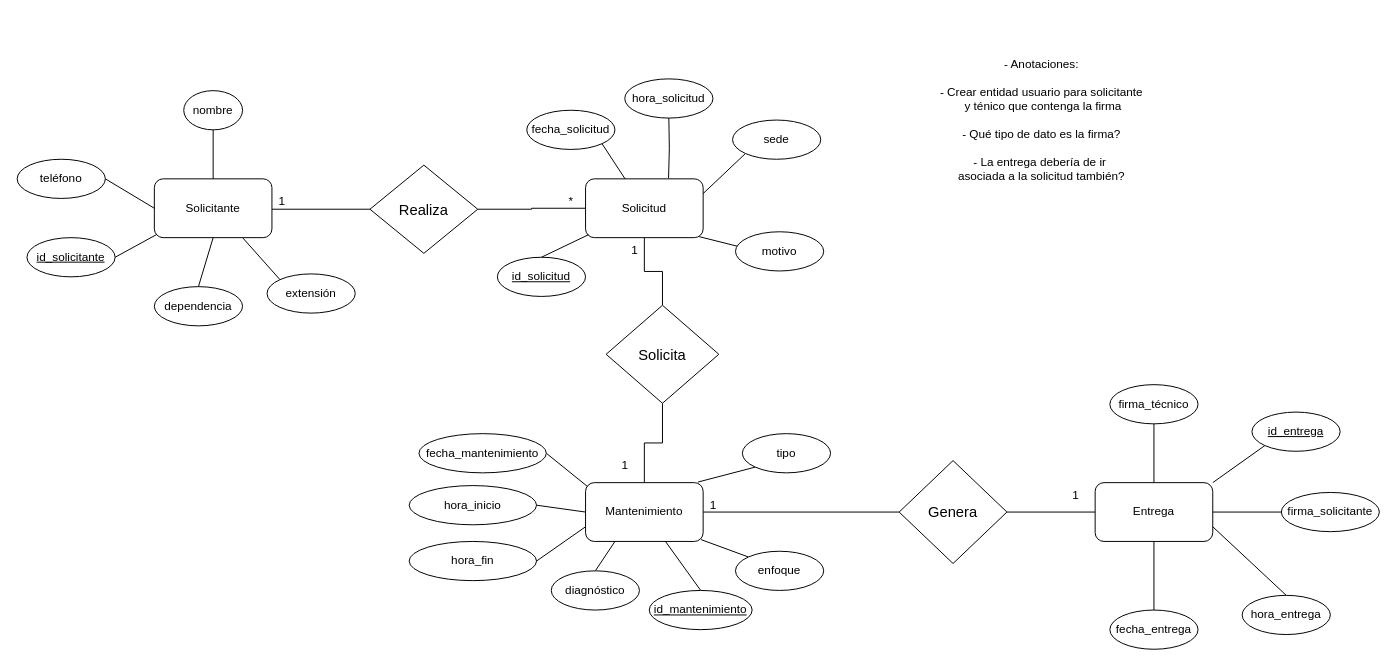
This is E-R Model Software and hardware maintenance.drawio from DevKike/maintenance_management_system, a draw.io file, before an edit. Source tidied: cells renumbered, new cells numbered last; positions are measured from the earlier drawing's top-left corner, leaving out a move shared by most shapes. Both pictures are drawn from the tidied source at 98%, with x=0, y=0 at pixel (17, 51).
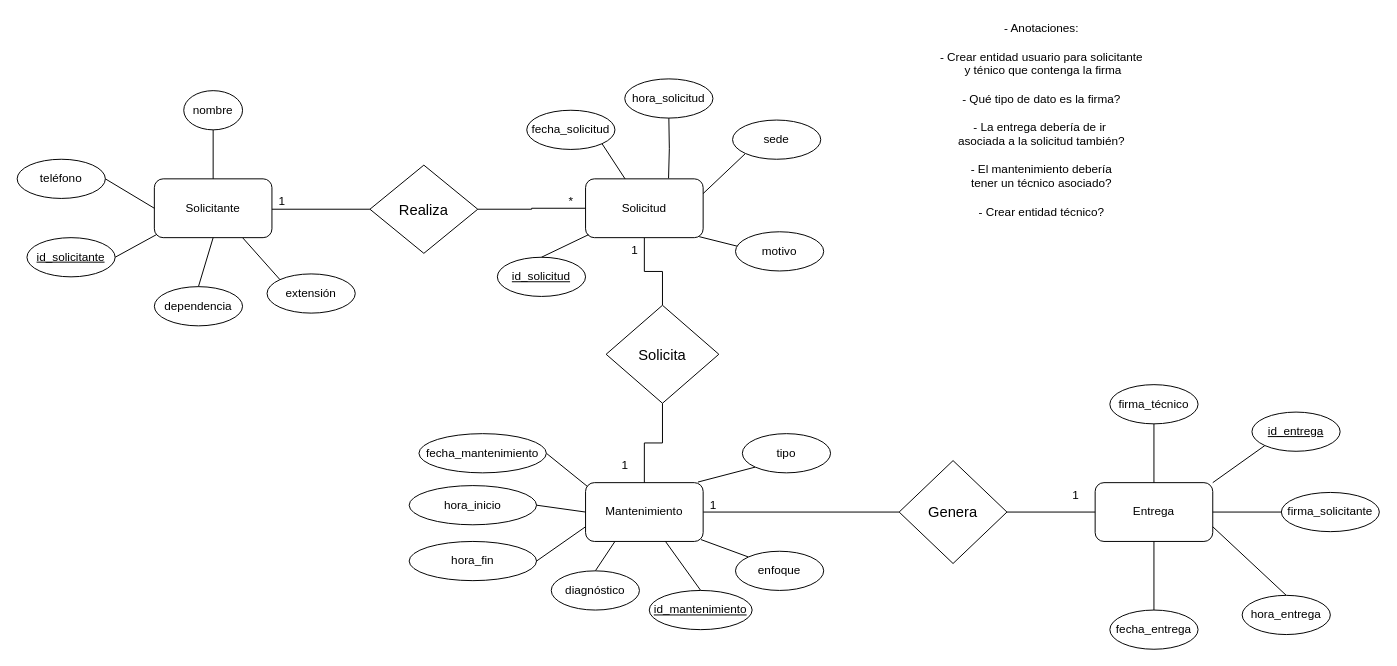
The same page after the edit.

Change to the diagram source:
```diff
@@
-    <mxCell id="59" value="- Anotaciones:&lt;div&gt;&lt;br&gt;&lt;/div&gt;&lt;div&gt;- Crear entidad usuario para solicitante&lt;/div&gt;&lt;div&gt;&amp;nbsp;y ténico que contenga la firma&lt;/div&gt;&lt;div&gt;&lt;br&gt;&lt;/div&gt;&lt;div&gt;- Qué tipo de dato es la firma?&lt;/div&gt;&lt;div&gt;&lt;br&gt;&lt;/div&gt;&lt;div&gt;- La entrega debería de ir&amp;nbsp;&lt;/div&gt;&lt;div&gt;asociada a la solicitud también?&lt;/div&gt;" style="text;html=1;align=center;verticalAlign=middle;strokeColor=none;fillColor=none;" parent="1" vertex="1">
-      <mxGeometry x="930" width="230" height="140" as="geometry" />
+    <mxCell id="59" value="- Anotaciones:&lt;div&gt;&lt;br&gt;&lt;/div&gt;&lt;div&gt;- Crear entidad usuario para solicitante&lt;/div&gt;&lt;div&gt;&amp;nbsp;y ténico que contenga la firma&lt;/div&gt;&lt;div&gt;&lt;br&gt;&lt;/div&gt;&lt;div&gt;- Qué tipo de dato es la firma?&lt;/div&gt;&lt;div&gt;&lt;br&gt;&lt;/div&gt;&lt;div&gt;- La entrega debería de ir&amp;nbsp;&lt;/div&gt;&lt;div&gt;asociada a la solicitud también?&lt;br&gt;&lt;br&gt;- El mantenimiento debería&lt;/div&gt;&lt;div&gt;tener un técnico asociado?&lt;/div&gt;&lt;div&gt;&lt;br&gt;&lt;/div&gt;&lt;div&gt;- Crear entidad técnico?&lt;/div&gt;" style="text;html=1;align=center;verticalAlign=middle;strokeColor=none;fillColor=none;" parent="1" vertex="1">
+      <mxGeometry x="930" y="-35" width="230" height="210" as="geometry" />
     </mxCell>
```
